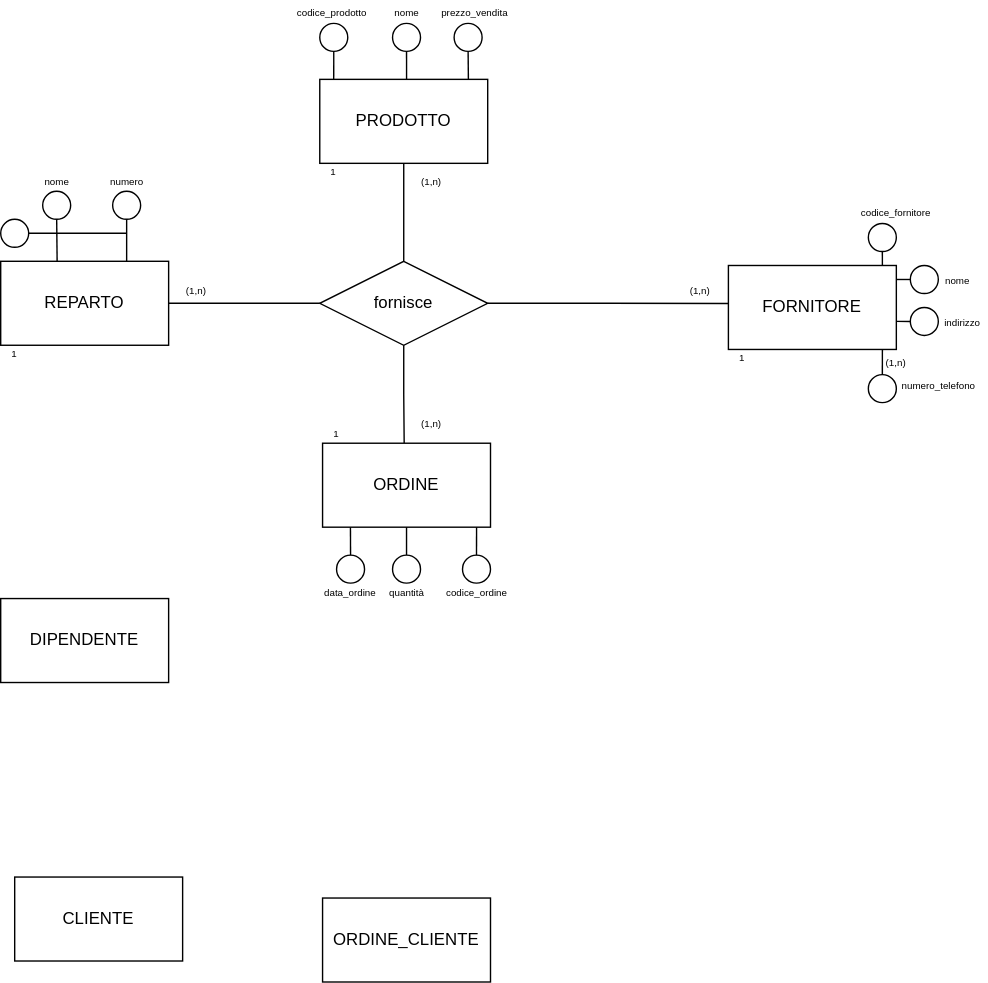
Above: ER_Diagram_Project.drawio.svg in giuliadellarovere/DBMS_Project_2026 (draw.io), before the change. Source tidied: cells renumbered, new cells last; positions are measured from the earlier drawing's top-left corner, leaving out a move shared by most shapes.
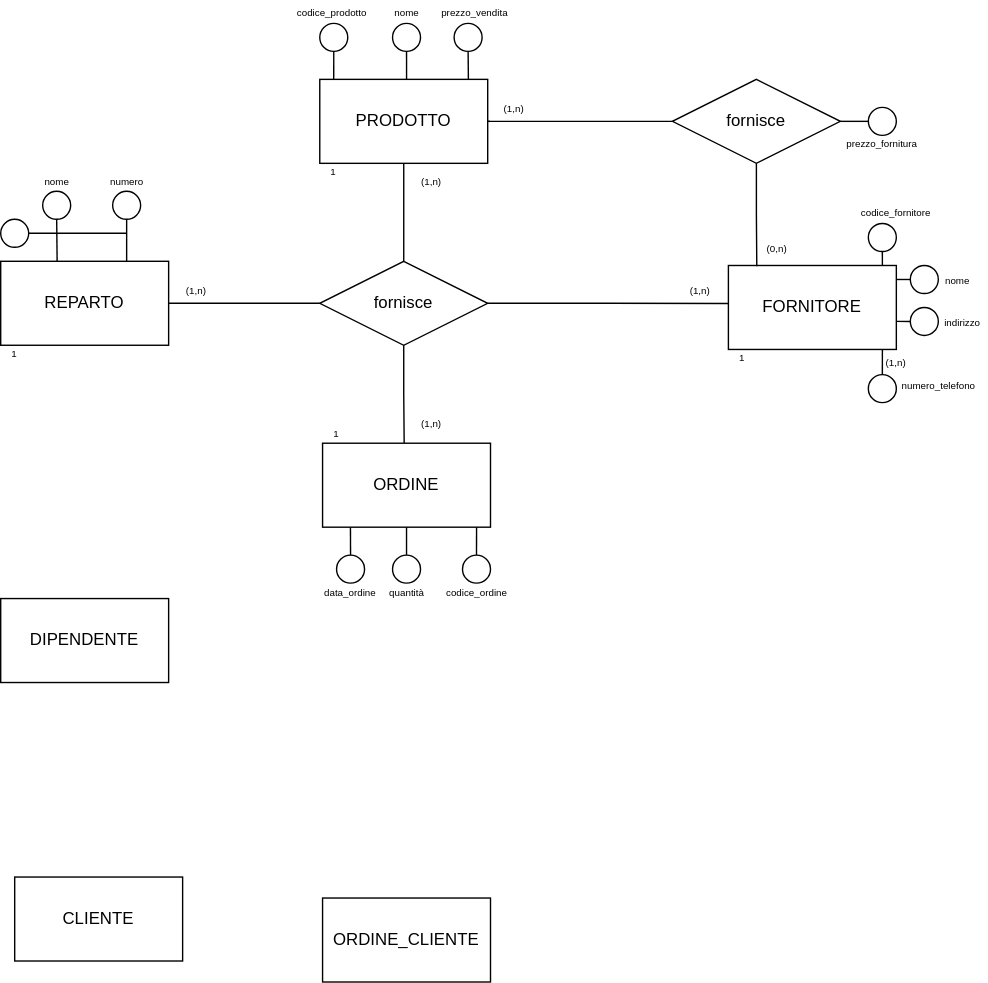
After the change.

The edit, as a diff of the source:
```diff
@@ -2,6 +2,9 @@
   <root>
     <mxCell id="0" />
     <mxCell id="1" parent="0" />
+    <mxCell id="69" style="rhombus;whiteSpace=wrap;html=1;shapeInside=1;" parent="1" vertex="1">
+      <mxGeometry x="480" y="54" width="120" height="60" as="geometry" />
+    </mxCell>
     <mxCell id="2" style="rounded=0;whiteSpace=wrap;html=1;" parent="1" vertex="1">
       <mxGeometry x="520" y="187" width="120" height="60" as="geometry" />
     </mxCell>
@@ -57,7 +60,7 @@
       <mxGeometry x="228" y="184" width="120" height="60" as="geometry" />
     </mxCell>
     <mxCell id="20" value="fornisce" style="text;html=1;whiteSpace=wrap;strokeColor=none;fillColor=none;align=center;verticalAlign=middle;rounded=0;" parent="1" vertex="1">
-      <mxGeometry x="258" y="199" width="60" height="30" as="geometry" />
+      <mxGeometry x="510" y="69" width="60" height="30" as="geometry" />
     </mxCell>
     <mxCell id="21" style="ellipse;whiteSpace=wrap;html=1;shapeInside=1;fillColor=light-dark(#FFFFFF,#000000);" parent="1" vertex="1">
       <mxGeometry x="620" y="157" width="20" height="20" as="geometry" />
@@ -205,5 +208,32 @@
     <mxCell id="68" value="&lt;span style=&quot;font-size: 7px;&quot;&gt;1&lt;/span&gt;" style="text;html=1;whiteSpace=wrap;strokeColor=none;fillColor=none;align=center;verticalAlign=middle;rounded=0;" parent="1" vertex="1">
       <mxGeometry x="230" y="301" width="20" height="10" as="geometry" />
     </mxCell>
+    <mxCell id="70" style="edgeStyle=orthogonalEdgeStyle;rounded=0;jettySize=auto;html=1;exitX=0;exitY=0.5;exitDx=0;exitDy=0;defaultLabelBackgroundColor=page;labelPadding=0 4;endArrow=none;endFill=0;entryX=1;entryY=0.5;entryDx=0;entryDy=0;" parent="1" edge="1" source="69" target="4">
+      <mxGeometry relative="1" as="geometry" />
+    </mxCell>
+    <mxCell id="71" style="edgeStyle=orthogonalEdgeStyle;rounded=0;jettySize=auto;html=1;exitX=0.5;exitY=1;exitDx=0;exitDy=0;entryX=0.169;entryY=0.008;entryDx=0;entryDy=0;entryPerimeter=0;defaultLabelBackgroundColor=page;labelPadding=0 4;endArrow=none;endFill=0;" parent="1" edge="1" source="69" target="2">
+      <mxGeometry relative="1" as="geometry" />
+    </mxCell>
+    <mxCell id="72" style="edgeStyle=orthogonalEdgeStyle;rounded=0;orthogonalLoop=1;jettySize=auto;html=1;innerLoopWaypoints=1;exitX=1;exitY=0.5;exitDx=0;exitDy=0;entryX=1.014;entryY=0.511;entryDx=0;entryDy=0;entryPerimeter=0;defaultLabelBackgroundColor=page;labelPadding=0 4;endArrow=none;endFill=0;" parent="1" edge="1" source="4" target="4">
+      <mxGeometry relative="1" as="geometry" />
+    </mxCell>
+    <mxCell id="73" value="fornisce" style="text;html=1;whiteSpace=wrap;strokeColor=none;fillColor=none;align=center;verticalAlign=middle;rounded=0;" parent="1" vertex="1">
+      <mxGeometry x="258" y="199" width="60" height="30" as="geometry" />
+    </mxCell>
+    <mxCell id="74" style="ellipse;whiteSpace=wrap;html=1;shapeInside=1;" parent="1" vertex="1">
+      <mxGeometry x="620" y="74" width="20" height="20" as="geometry" />
+    </mxCell>
+    <mxCell id="75" style="edgeStyle=orthogonalEdgeStyle;rounded=0;jettySize=auto;html=1;exitX=0;exitY=0.5;exitDx=0;exitDy=0;entryX=1;entryY=0.5;entryDx=0;entryDy=0;defaultLabelBackgroundColor=page;labelPadding=0 4;endArrow=none;endFill=0;" parent="1" edge="1" source="74" target="69">
+      <mxGeometry relative="1" as="geometry" />
+    </mxCell>
+    <mxCell id="76" value="&lt;span style=&quot;font-size: 7px;&quot;&gt;prezzo_fornitura&lt;/span&gt;" style="text;html=1;whiteSpace=wrap;strokeColor=none;fillColor=none;align=center;verticalAlign=middle;rounded=0;" parent="1" vertex="1">
+      <mxGeometry x="600" y="94" width="60" height="10" as="geometry" />
+    </mxCell>
+    <mxCell id="77" value="&lt;span style=&quot;font-size: 7px;&quot;&gt;(0,n)&lt;/span&gt;" style="text;html=1;whiteSpace=wrap;strokeColor=none;fillColor=none;align=center;verticalAlign=middle;rounded=0;" parent="1" vertex="1">
+      <mxGeometry x="545" y="169" width="20" height="10" as="geometry" />
+    </mxCell>
+    <mxCell id="78" value="&lt;span style=&quot;font-size: 7px;&quot;&gt;(1,n)&lt;/span&gt;" style="text;html=1;whiteSpace=wrap;strokeColor=none;fillColor=none;align=center;verticalAlign=middle;rounded=0;" parent="1" vertex="1">
+      <mxGeometry x="357" y="69" width="20" height="10" as="geometry" />
+    </mxCell>
   </root>
 </mxGraphModel>
```
